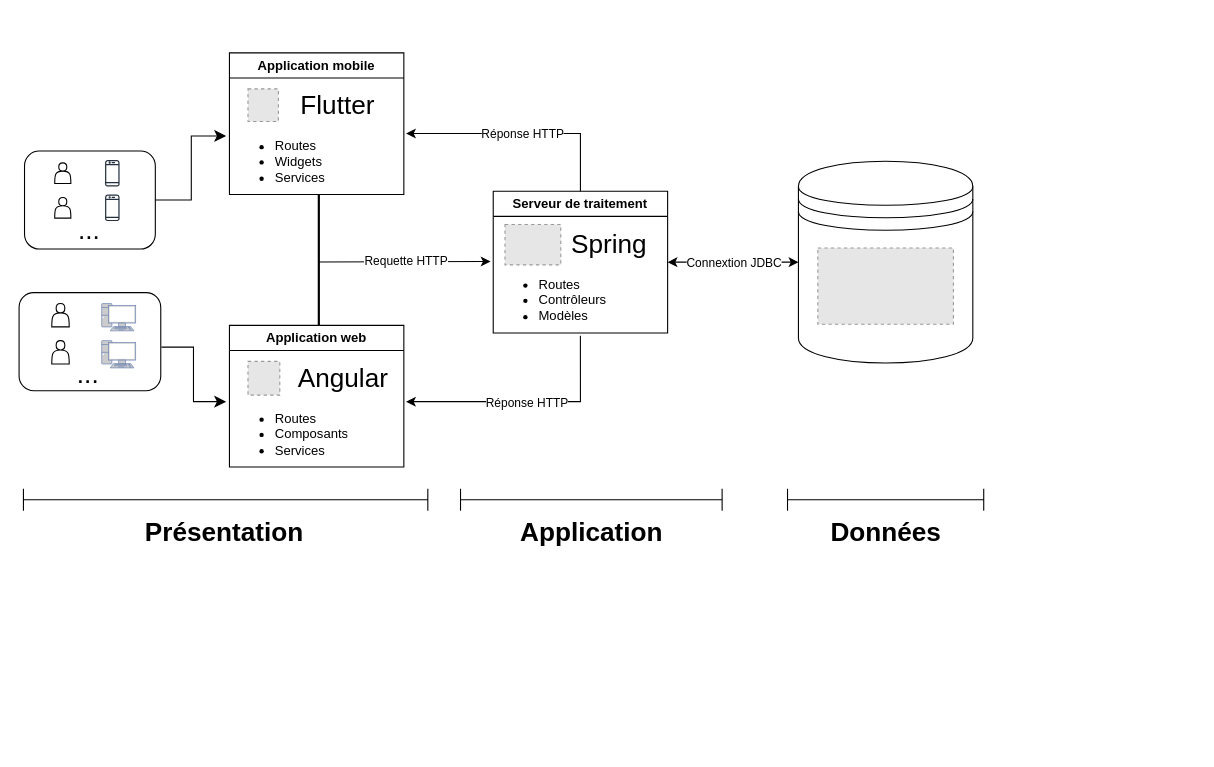
w41k4z/vote-sync keeps this draw.io diagram as Architecture.drawio. Above is the earlier version. Source tidied: cells renumbered, new cells numbered last; positions are measured from the earlier drawing's top-left corner, leaving out a move shared by most shapes. Both pictures are drawn from the tidied source at 109%, with x=0, y=0 at pixel (19, 52). Pictures stored in the file or linked from it are replaced by grey dashed boxes.
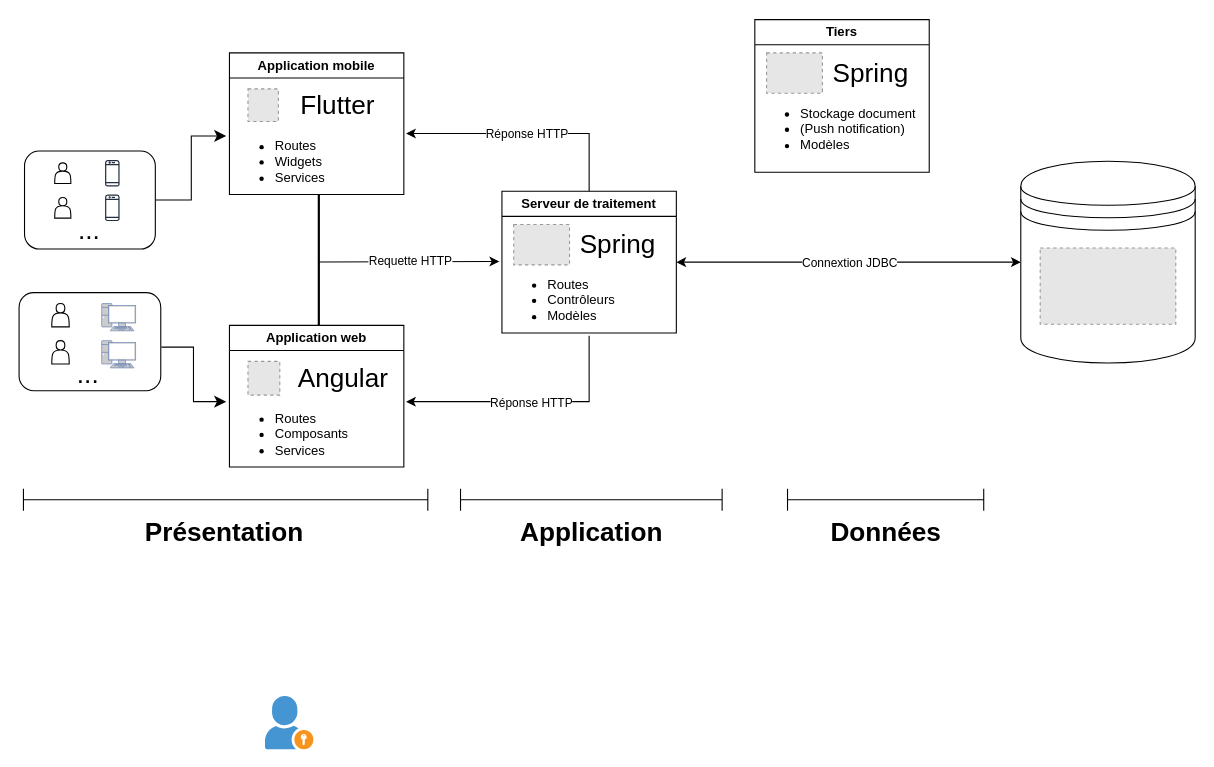
Above is the later version.

Unchanged cells that the change refers to:
```xml
<mxCell id="32" value="&lt;ul&gt;&lt;li&gt;Routes&lt;/li&gt;&lt;li&gt;Contrôleurs&lt;/li&gt;&lt;li&gt;Modèles&lt;/li&gt;&lt;/ul&gt;" style="text;strokeColor=none;fillColor=none;html=1;whiteSpace=wrap;verticalAlign=middle;overflow=hidden;" parent="31" vertex="1">
  <mxGeometry y="60" width="110" height="80" as="geometry" />
</mxCell>
```

Change to the diagram source:
```diff
@@
     <mxCell id="31" value="Serveur de traitement" style="swimlane;whiteSpace=wrap;html=1;" parent="1" vertex="1">
-      <mxGeometry x="435" y="127" width="160" height="130" as="geometry" />
+      <mxGeometry x="443" y="127" width="160" height="130" as="geometry" />
     </mxCell>
@@
     <mxCell id="35" style="group;" parent="1" vertex="1">
-      <mxGeometry x="715" y="99.5" width="160" height="185" as="geometry" />
+      <mxGeometry x="919" y="99.5" width="160" height="185" as="geometry" />
     </mxCell>
@@
     <mxCell id="44" style="endArrow=classic;html=1;rounded=0;exitX=0.727;exitY=0.906;exitDx=0;exitDy=0;exitPerimeter=0;" parent="1" edge="1" source="32">
       <mxGeometry relative="1" as="geometry">
         <mxPoint x="355" y="320" as="targetPoint" />
         <Array as="points">
-          <mxPoint x="515" y="320" />
+          <mxPoint x="523" y="320" />
         </Array>
       </mxGeometry>
     </mxCell>
@@
     <mxCell id="46" style="endArrow=classic;html=1;rounded=0;exitX=0.5;exitY=0;exitDx=0;exitDy=0;" parent="1" edge="1" source="31">
       <mxGeometry relative="1" as="geometry">
         <mxPoint x="355" y="74" as="targetPoint" />
         <Array as="points">
-          <mxPoint x="515" y="74" />
+          <mxPoint x="523" y="74" />
         </Array>
       </mxGeometry>
     </mxCell>
@@
+    <mxCell id="56" style="shadow=0;dashed=0;html=1;strokeColor=none;fillColor=#4495D1;labelPosition=center;verticalLabelPosition=bottom;verticalAlign=top;align=center;shape=mxgraph.veeam.portal_admin;" parent="1" vertex="1">
+      <mxGeometry x="225.6" y="590" width="44.4" height="48.8" as="geometry" />
+    </mxCell>
+    <mxCell id="57" value="Tiers" style="swimlane;whiteSpace=wrap;html=1;" parent="1" vertex="1">
+      <mxGeometry x="675" y="-30.5" width="160" height="140" as="geometry" />
+    </mxCell>
+    <mxCell id="58" value="&lt;ul&gt;&lt;li&gt;Stockage document&lt;/li&gt;&lt;li&gt;(Push notification)&lt;/li&gt;&lt;li&gt;Modèles&lt;/li&gt;&lt;/ul&gt;" style="text;strokeColor=none;fillColor=none;html=1;whiteSpace=wrap;verticalAlign=middle;overflow=hidden;" parent="57" vertex="1">
+      <mxGeometry y="60" width="160" height="80" as="geometry" />
+    </mxCell>
+    <mxCell id="59" value="&lt;font style=&quot;font-size: 24px;&quot;&gt;Spring&lt;/font&gt;" style="text;html=1;align=center;verticalAlign=middle;strokeColor=none;fillColor=none;" parent="57" vertex="1">
+      <mxGeometry x="61" y="29" width="90" height="40" as="geometry" />
+    </mxCell>
+    <mxCell id="60" style="fillColor=#E6E6E6;strokeColor=#999999;dashed=1;verticalLabelPosition=bottom;verticalAlign=top;" parent="57" vertex="1">
+      <mxGeometry x="10.8" y="30.5" width="51.2" height="37" as="geometry" />
+    </mxCell>
```
